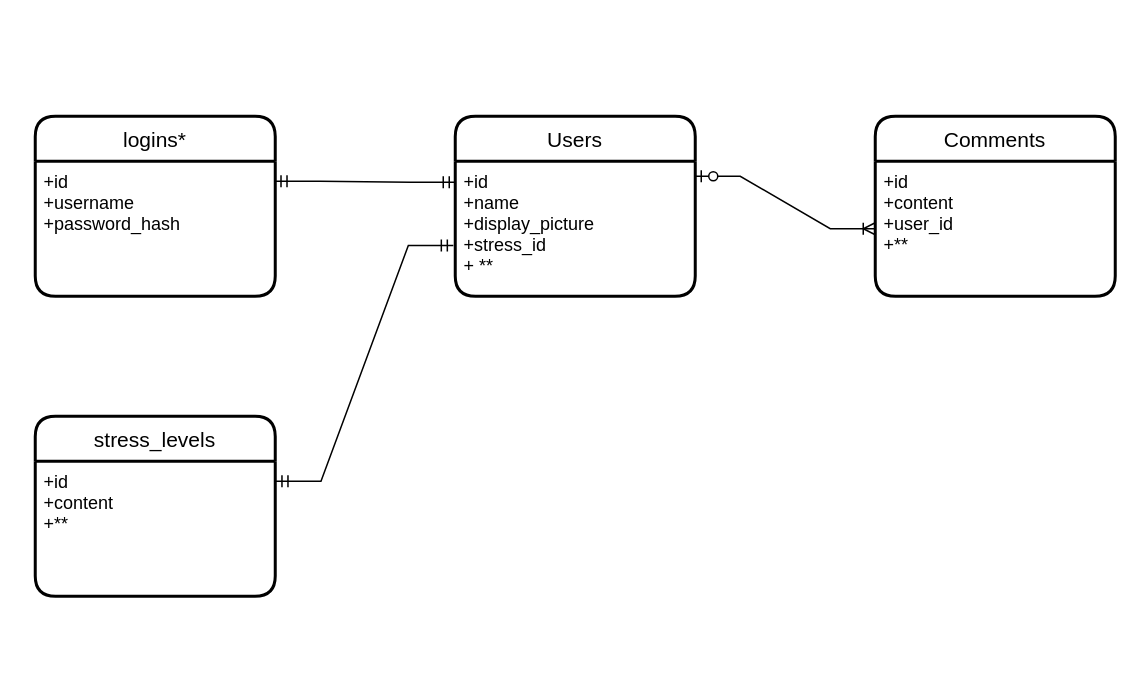
The draw.io diagram stress-book-diagram.drawio in neebs12/database-diagrams, before the edit. Source tidied: cells renumbered, new cells numbered last; positions are measured from the earlier drawing's top-left corner, leaving out a move shared by most shapes. Both pictures are drawn from the tidied source at 150%, with x=0, y=0 at pixel (34, 116).
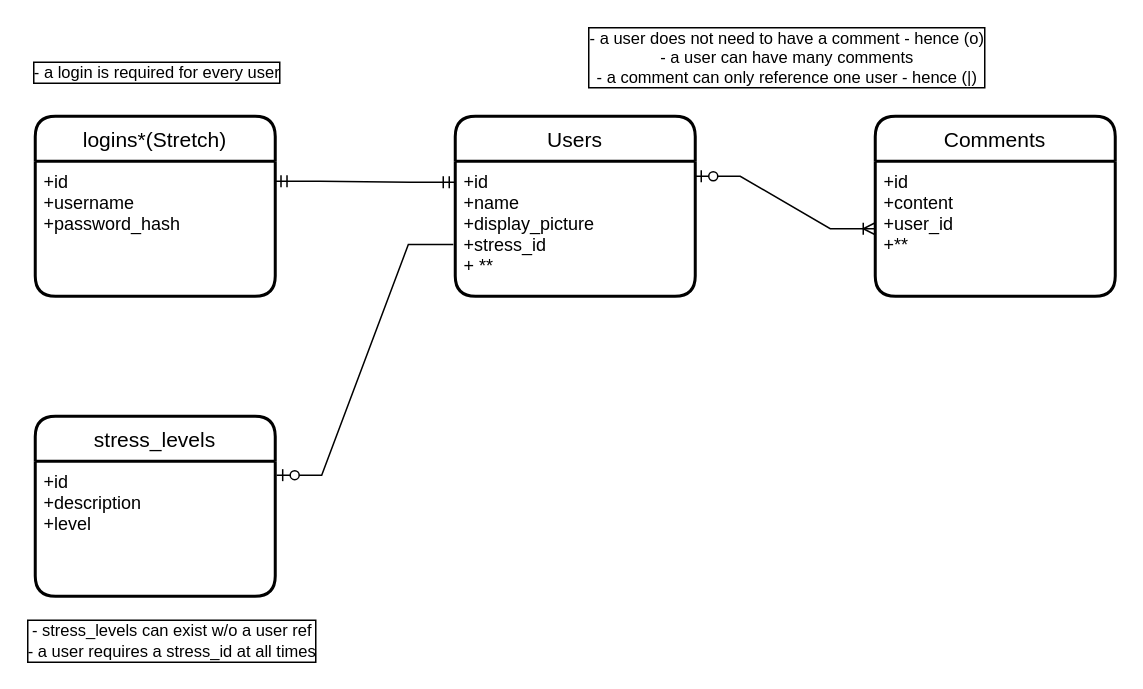
The same diagram, later.

Change to the diagram source:
```diff
@@
 <mxGraphModel>
   <root>
     <mxCell id="0" />
     <mxCell id="1" parent="0" />
     <mxCell id="2" value="Users" style="swimlane;horizontal=1;startSize=30;rounded=1;fontSize=14;fontStyle=0;strokeWidth=2;shadow=0;dashed=0;align=center;" parent="1" vertex="1">
       <mxGeometry x="280" width="160" height="120" as="geometry" />
     </mxCell>
     <mxCell id="3" value="+id&#10;+name&#10;+display_picture&#10;+stress_id&#10;+ **" style="align=left;strokeColor=none;fillColor=none;spacingLeft=4;fontSize=12;verticalAlign=top;" parent="2" vertex="1">
       <mxGeometry y="30" width="160" height="90" as="geometry" />
     </mxCell>
     <mxCell id="4" value="Comments" style="swimlane;horizontal=1;startSize=30;rounded=1;fontSize=14;fontStyle=0;strokeWidth=2;shadow=0;dashed=0;align=center;" parent="1" vertex="1">
       <mxGeometry x="560" width="160" height="120" as="geometry" />
     </mxCell>
     <mxCell id="5" value="+id&#10;+content&#10;+user_id&#10;+**" style="align=left;strokeColor=none;fillColor=none;spacingLeft=4;fontSize=12;verticalAlign=top;" parent="4" vertex="1">
       <mxGeometry y="30" width="160" height="90" as="geometry" />
     </mxCell>
-    <mxCell id="6" value="logins*" style="swimlane;horizontal=1;startSize=30;rounded=1;fontSize=14;fontStyle=0;strokeWidth=2;shadow=0;dashed=0;align=center;" parent="1" vertex="1">
+    <mxCell id="6" value="logins*(Stretch)" style="swimlane;horizontal=1;startSize=30;rounded=1;fontSize=14;fontStyle=0;strokeWidth=2;shadow=0;dashed=0;align=center;" parent="1" vertex="1">
       <mxGeometry width="160" height="120" as="geometry" />
     </mxCell>
     <mxCell id="7" value="+id&#10;+username&#10;+password_hash" style="align=left;strokeColor=none;fillColor=none;spacingLeft=4;fontSize=12;verticalAlign=top;" parent="6" vertex="1">
       <mxGeometry y="30" width="160" height="90" as="geometry" />
     </mxCell>
     <mxCell id="8" value="stress_levels" style="swimlane;horizontal=1;startSize=30;rounded=1;fontSize=14;fontStyle=0;strokeWidth=2;shadow=0;dashed=0;align=center;" parent="1" vertex="1">
       <mxGeometry y="200" width="160" height="120" as="geometry" />
     </mxCell>
-    <mxCell id="9" value="+id&#10;+content&#10;+**" style="align=left;strokeColor=none;fillColor=none;spacingLeft=4;fontSize=12;verticalAlign=top;" parent="8" vertex="1">
+    <mxCell id="9" value="+id&#10;+description&#10;+level" style="align=left;strokeColor=none;fillColor=none;spacingLeft=4;fontSize=12;verticalAlign=top;" parent="8" vertex="1">
       <mxGeometry y="30" width="160" height="90" as="geometry" />
     </mxCell>
     <mxCell id="10" style="edgeStyle=entityRelationEdgeStyle;fontSize=12;html=1;endArrow=ERmandOne;startArrow=ERmandOne;rounded=0;exitX=0.999;exitY=0.148;exitDx=0;exitDy=0;exitPerimeter=0;" parent="1" edge="1" source="7">
       <mxGeometry relative="1" as="geometry">
         <mxPoint x="280" y="44" as="targetPoint" />
       </mxGeometry>
     </mxCell>
-    <mxCell id="11" style="edgeStyle=entityRelationEdgeStyle;fontSize=12;html=1;endArrow=ERmandOne;startArrow=ERmandOne;rounded=0;entryX=-0.008;entryY=0.624;entryDx=0;entryDy=0;entryPerimeter=0;exitX=1.003;exitY=0.148;exitDx=0;exitDy=0;exitPerimeter=0;" parent="1" edge="1" source="9" target="3">
-      <mxGeometry relative="1" as="geometry" />
-    </mxCell>
     <mxCell id="12" style="edgeStyle=entityRelationEdgeStyle;fontSize=12;html=1;endArrow=ERoneToMany;startArrow=ERzeroToOne;rounded=0;entryX=0;entryY=0.5;entryDx=0;entryDy=0;" parent="1" edge="1" target="5">
       <mxGeometry relative="1" as="geometry">
         <mxPoint x="440" y="40" as="sourcePoint" />
       </mxGeometry>
     </mxCell>
+    <mxCell id="13" style="edgeStyle=entityRelationEdgeStyle;fontSize=12;html=1;endArrow=ERzeroToOne;endFill=1;rounded=0;exitX=-0.008;exitY=0.617;exitDx=0;exitDy=0;exitPerimeter=0;entryX=1.006;entryY=0.103;entryDx=0;entryDy=0;entryPerimeter=0;" parent="1" edge="1" source="3" target="9">
+      <mxGeometry relative="1" as="geometry" />
+    </mxCell>
+    <mxCell id="14" value="- stress_levels can exist w/o a user ref&lt;br&gt;- a user requires a stress_id at all times" style="edgeLabel;html=1;align=center;verticalAlign=middle;labelBorderColor=default;" parent="13" vertex="1">
+      <mxGeometry x="0.17" y="1" relative="1" as="geometry">
+        <mxPoint x="-124" y="169" as="offset" />
+      </mxGeometry>
+    </mxCell>
+    <mxCell id="15" value="- a login is required for every user" style="edgeLabel;html=1;align=center;verticalAlign=middle;labelBorderColor=default;" parent="1" vertex="1">
+      <mxGeometry x="80" y="-30" as="geometry" />
+    </mxCell>
+    <mxCell id="16" value="- a user does not need to have a comment - hence (o)&lt;br&gt;- a user can have many comments&lt;br&gt;- a comment can only reference one user - hence (|)" style="edgeLabel;html=1;align=center;verticalAlign=middle;labelBorderColor=default;" parent="1" vertex="1">
+      <mxGeometry x="500" y="-40" as="geometry" />
+    </mxCell>
   </root>
 </mxGraphModel>
```
